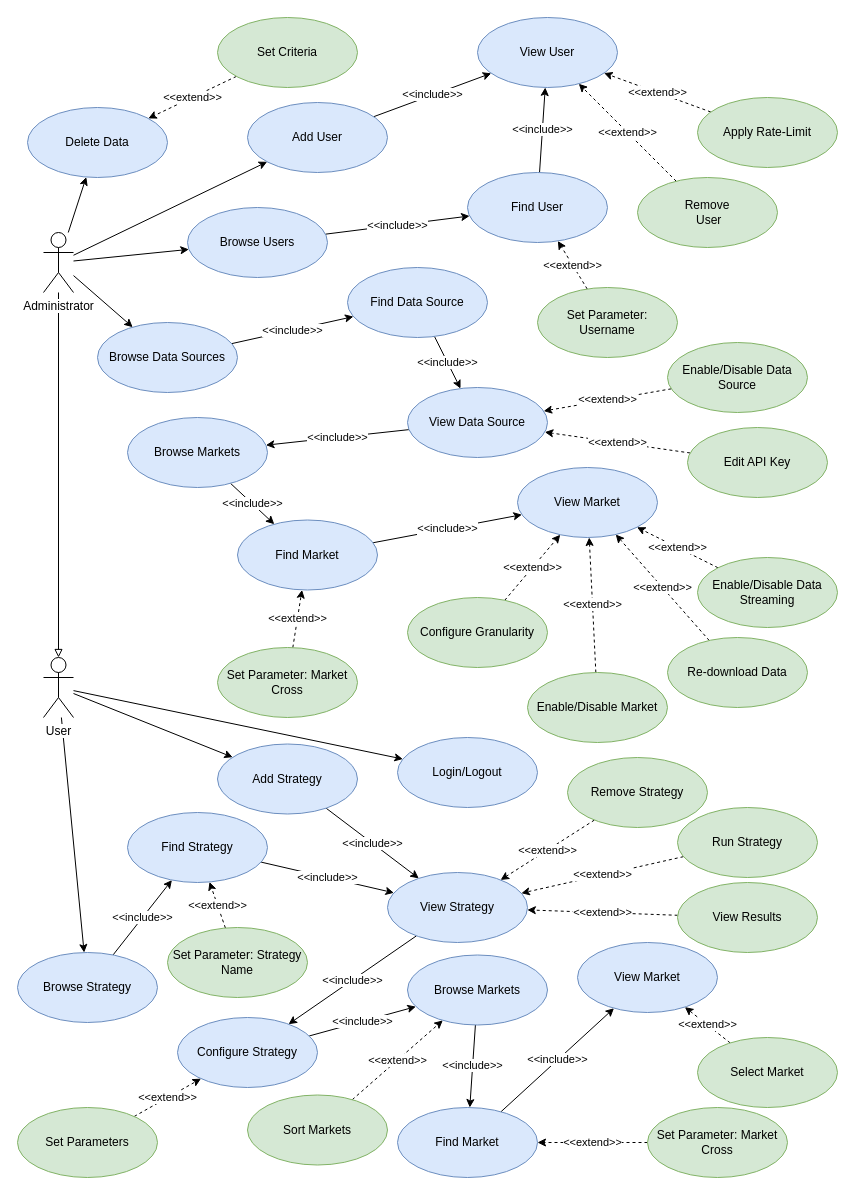
This is drawio/usecases.drawio from nferrante1/lsmsd2, a draw.io file, before an edit. Source tidied: cells renumbered, new cells numbered last; positions are measured from the earlier drawing's top-left corner, leaving out a move shared by most shapes. Both pictures are drawn from the tidied source at 100%, with x=0, y=0 at pixel (17, 17).
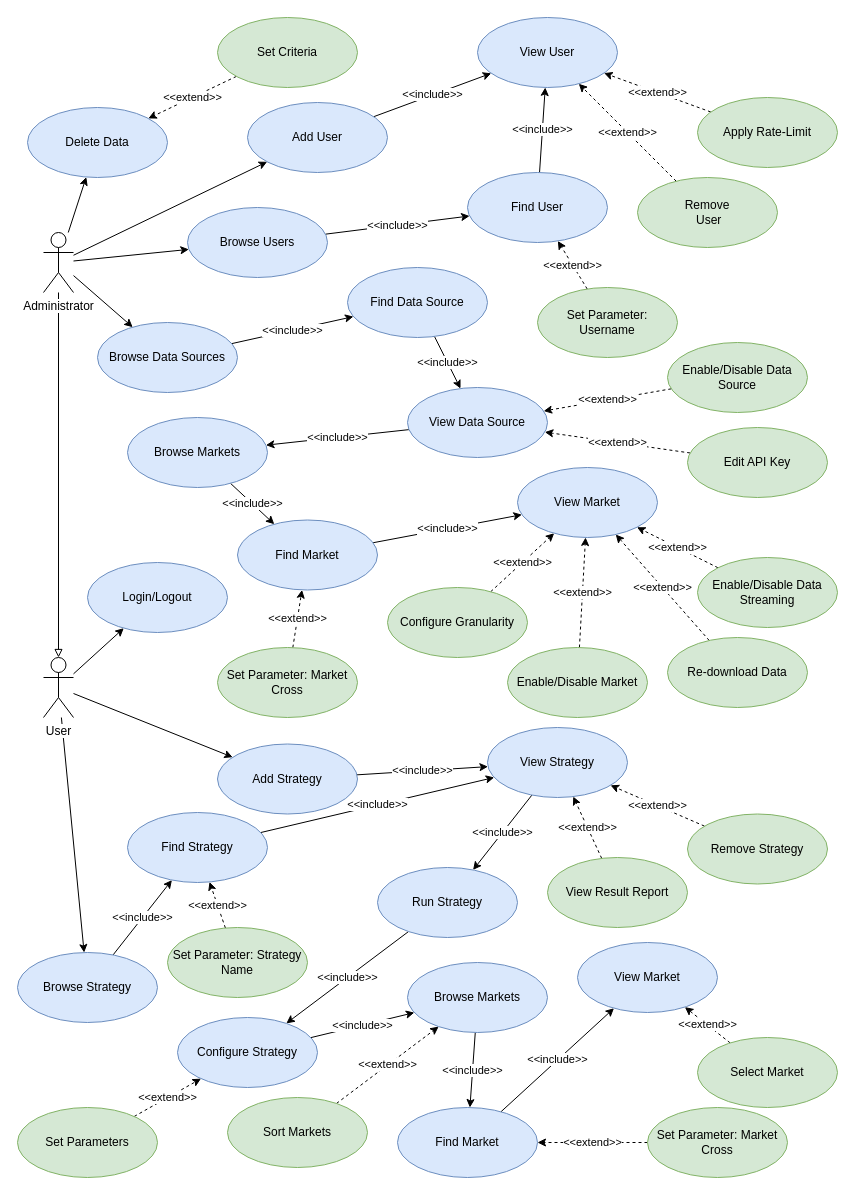
The same page after the edit.

Commit message:
Change Run Strategy flow

Unchanged cells that the change refers to:
```xml
<mxCell id="69" value="Configure Strategy" style="ellipse;whiteSpace=wrap;html=1;fillColor=#dae8fc;strokeColor=#6c8ebf;" parent="1" vertex="1">
  <mxGeometry x="160" y="1000" width="140" height="70" as="geometry" />
</mxCell>
```

What changed in the source:
```diff
@@
     <mxCell id="21" value="Configure Granularity" style="ellipse;whiteSpace=wrap;html=1;fillColor=#d5e8d4;strokeColor=#82b366;" parent="1" vertex="1">
-      <mxGeometry x="390" y="580" width="140" height="70" as="geometry" />
+      <mxGeometry x="370" y="570" width="140" height="70" as="geometry" />
     </mxCell>
@@
     <mxCell id="32" value="Enable/Disable Market" style="ellipse;whiteSpace=wrap;html=1;fillColor=#d5e8d4;strokeColor=#82b366;" parent="1" vertex="1">
-      <mxGeometry x="510" y="655" width="140" height="70" as="geometry" />
+      <mxGeometry x="490" y="630" width="140" height="70" as="geometry" />
     </mxCell>
@@
     <mxCell id="53" value="Login/Logout" style="ellipse;whiteSpace=wrap;html=1;fillColor=#dae8fc;strokeColor=#6c8ebf;" parent="1" vertex="1">
-      <mxGeometry x="380" y="720" width="140" height="70" as="geometry" />
+      <mxGeometry x="70" y="545" width="140" height="70" as="geometry" />
     </mxCell>
@@
-    <mxCell id="56" value="&amp;lt;&amp;lt;include&amp;gt;&amp;gt;" style="edgeStyle=none;rounded=0;jettySize=auto;html=1;endArrow=classic;endFill=1;" parent="1" edge="1" source="57" target="69">
-      <mxGeometry relative="1" as="geometry" />
-    </mxCell>
+    <mxCell id="85" value="&amp;lt;&amp;lt;include&amp;gt;&amp;gt;" style="edgeStyle=none;rounded=0;jettySize=auto;html=1;startArrow=none;startFill=0;" parent="1" edge="1" source="57" target="65">
+      <mxGeometry relative="1" as="geometry" />
+    </mxCell>
     <mxCell id="57" value="View Strategy" style="ellipse;whiteSpace=wrap;html=1;fillColor=#dae8fc;strokeColor=#6c8ebf;" parent="1" vertex="1">
-      <mxGeometry x="370" y="855" width="140" height="70" as="geometry" />
+      <mxGeometry x="470" y="710" width="140" height="70" as="geometry" />
     </mxCell>
@@
-    <mxCell id="64" value="&amp;lt;&amp;lt;extend&amp;gt;&amp;gt;" style="edgeStyle=none;rounded=0;jettySize=auto;html=1;dashed=1;endArrow=classic;endFill=1;" parent="1" edge="1" source="65" target="57">
-      <mxGeometry relative="1" as="geometry" />
-    </mxCell>
+    <mxCell id="86" value="&amp;lt;&amp;lt;include&amp;gt;&amp;gt;" style="edgeStyle=none;rounded=0;jettySize=auto;html=1;startArrow=none;startFill=0;" parent="1" edge="1" source="65" target="69">
+      <mxGeometry relative="1" as="geometry" />
+    </mxCell>
-    <mxCell id="65" value="Run Strategy" style="ellipse;whiteSpace=wrap;html=1;fillColor=#d5e8d4;strokeColor=#82b366;" parent="1" vertex="1">
-      <mxGeometry x="660" y="790" width="140" height="70" as="geometry" />
+    <mxCell id="65" value="Run Strategy" style="ellipse;whiteSpace=wrap;html=1;fillColor=#dae8fc;strokeColor=#6c8ebf;" parent="1" vertex="1">
+      <mxGeometry x="360" y="850" width="140" height="70" as="geometry" />
     </mxCell>
-    <mxCell id="66" value="&amp;lt;&amp;lt;extend&amp;gt;&amp;gt;" style="edgeStyle=none;rounded=0;jettySize=auto;html=1;dashed=1;endArrow=classic;endFill=1;" parent="1" edge="1" source="67" target="57">
+    <mxCell id="66" value="&amp;lt;&amp;lt;extend&amp;gt;&amp;gt;" style="edgeStyle=none;rounded=0;jettySize=auto;html=1;startArrow=none;startFill=0;dashed=1;" parent="1" edge="1" source="67" target="57">
       <mxGeometry relative="1" as="geometry" />
     </mxCell>
-    <mxCell id="67" value="View Results" style="ellipse;whiteSpace=wrap;html=1;fillColor=#d5e8d4;strokeColor=#82b366;" parent="1" vertex="1">
-      <mxGeometry x="660" y="865" width="140" height="70" as="geometry" />
+    <mxCell id="67" value="View Result Report" style="ellipse;whiteSpace=wrap;html=1;fillColor=#d5e8d4;strokeColor=#82b366;" parent="1" vertex="1">
+      <mxGeometry x="530" y="840" width="140" height="70" as="geometry" />
     </mxCell>
@@
     <mxCell id="71" value="Browse Markets" style="ellipse;whiteSpace=wrap;html=1;fillColor=#dae8fc;strokeColor=#6c8ebf;" parent="1" vertex="1">
-      <mxGeometry x="390" y="937.5" width="140" height="70" as="geometry" />
+      <mxGeometry x="390" y="945" width="140" height="70" as="geometry" />
     </mxCell>
@@
     <mxCell id="79" value="Sort Markets" style="ellipse;whiteSpace=wrap;html=1;fillColor=#d5e8d4;strokeColor=#82b366;" parent="1" vertex="1">
-      <mxGeometry x="230" y="1077.5" width="140" height="70" as="geometry" />
+      <mxGeometry x="210" y="1080" width="140" height="70" as="geometry" />
     </mxCell>
@@
     <mxCell id="81" value="Remove Strategy" style="ellipse;whiteSpace=wrap;html=1;fillColor=#d5e8d4;strokeColor=#82b366;" parent="1" vertex="1">
-      <mxGeometry x="550" y="740" width="140" height="70" as="geometry" />
+      <mxGeometry x="670" y="796.5" width="140" height="70" as="geometry" />
     </mxCell>
```
